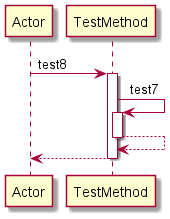
The PlantUML diagram Diagrams/SAFE/test8.png in manucapo/Gardener, before a commit.
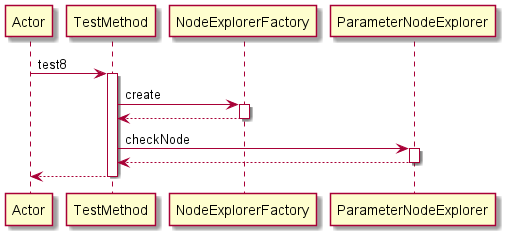
The same file after the commit.

What changed in the source:
```diff
@@ -2,9 +2,13 @@
 participant Actor
 Actor -> TestMethod: test8
 activate TestMethod
-TestMethod -> TestMethod: test7
-activate TestMethod
-TestMethod-->TestMethod
-deactivate TestMethod
+TestMethod -> NodeExplorerFactory: create
+activate NodeExplorerFactory
+NodeExplorerFactory-->TestMethod
+deactivate NodeExplorerFactory
+TestMethod -> ParameterNodeExplorer: checkNode
+activate ParameterNodeExplorer
+ParameterNodeExplorer-->TestMethod
+deactivate ParameterNodeExplorer
 return
 @enduml
```
